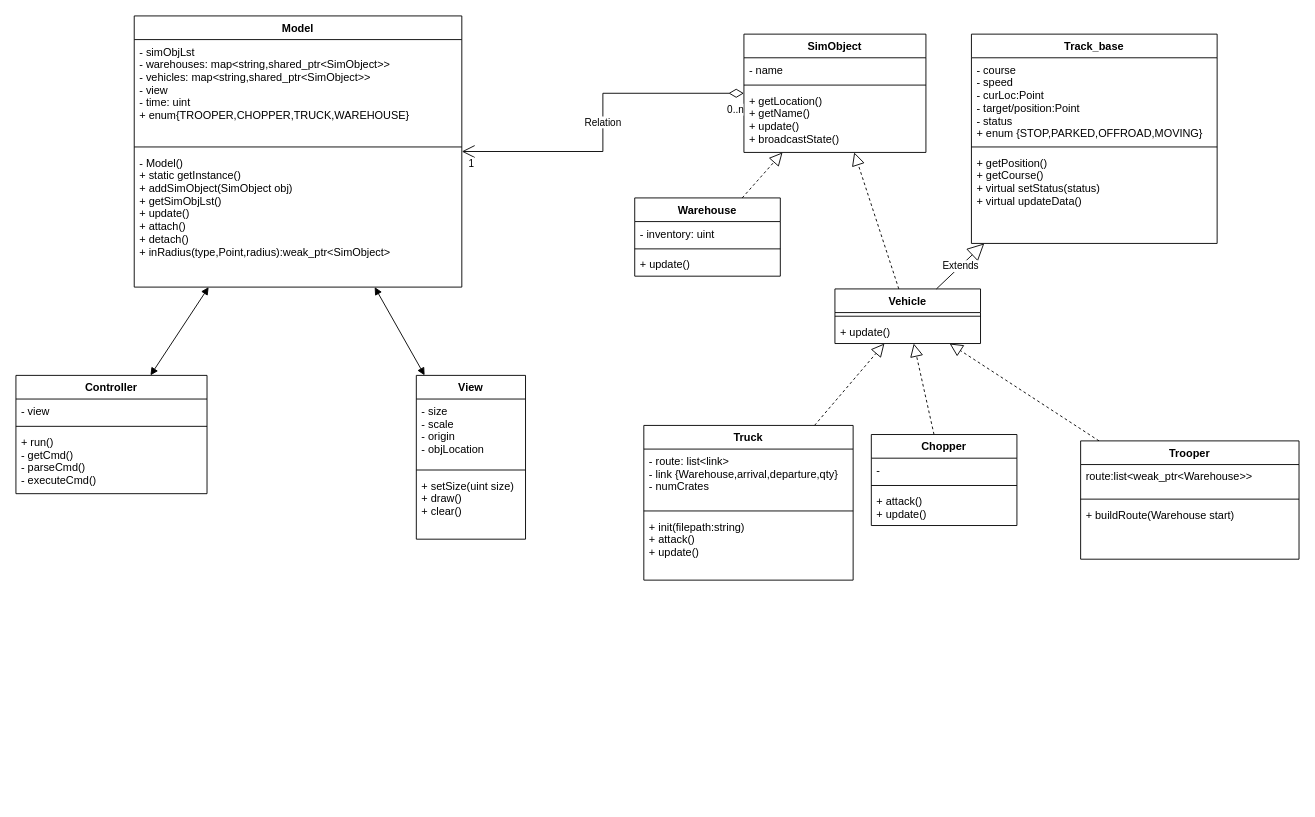
itai953/HW3 keeps this draw.io diagram as AdvancedCpp EX3.drawio. Above is the earlier version. Source tidied: cells renumbered, new cells numbered last; positions are measured from the earlier drawing's top-left corner, leaving out a move shared by most shapes. Both pictures are drawn from the tidied source at 91%, with x=0, y=0 at pixel (15, 15).
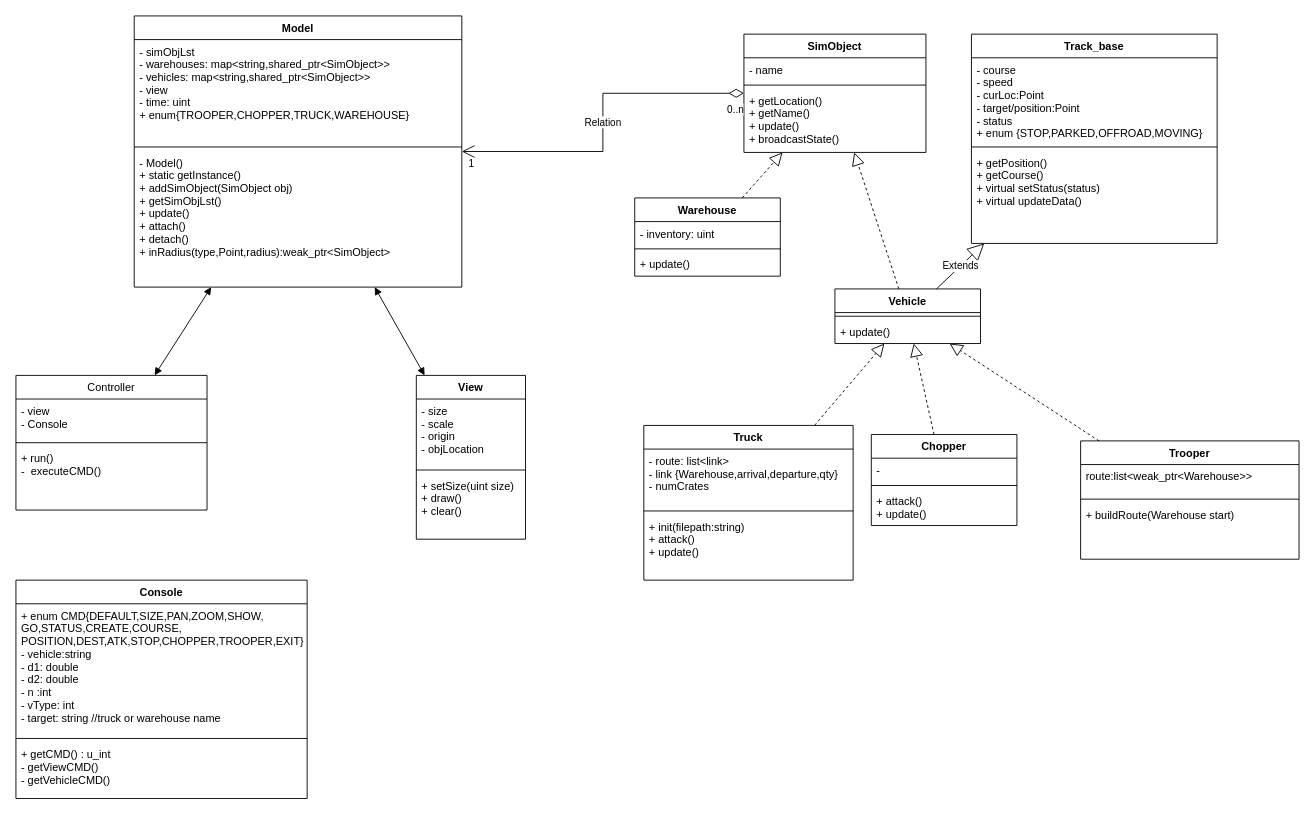
The same diagram, later.

Diff of the diagram source:
```diff
@@
-    <mxCell id="7" value="Controller" style="swimlane;fontStyle=1;align=center;verticalAlign=top;horizontal=1;startSize=26;" parent="1" vertex="1">
-      <mxGeometry y="395" width="210" height="130" as="geometry" />
+    <mxCell id="7" value="Controller" style="swimlane;fontStyle=0;align=center;verticalAlign=top;horizontal=1;startSize=26;" parent="1" vertex="1">
+      <mxGeometry y="395" width="210" height="148" as="geometry" />
     </mxCell>
-    <mxCell id="8" value="- view" style="text;strokeColor=none;fillColor=none;align=left;verticalAlign=top;spacingLeft=4;spacingRight=4;overflow=hidden;" parent="7" vertex="1">
-      <mxGeometry y="26" width="210" height="26" as="geometry" />
+    <mxCell id="8" value="- view&#10;- Console" style="text;strokeColor=none;fillColor=none;align=left;verticalAlign=top;spacingLeft=4;spacingRight=4;overflow=hidden;" parent="7" vertex="1">
+      <mxGeometry y="26" width="210" height="44" as="geometry" />
     </mxCell>
     <mxCell id="9" style="line;strokeWidth=1;fillColor=none;align=left;verticalAlign=middle;spacingTop=-1;spacingLeft=3;spacingRight=3;labelPosition=right;" parent="7" vertex="1">
-      <mxGeometry y="52" width="210" height="8" as="geometry" />
+      <mxGeometry y="70" width="210" height="8" as="geometry" />
     </mxCell>
-    <mxCell id="10" value="+ run()&#10;- getCmd()&#10;- parseCmd()&#10;- executeCmd()" style="text;strokeColor=none;fillColor=none;align=left;verticalAlign=top;spacingLeft=4;spacingRight=4;overflow=hidden;" parent="7" vertex="1">
-      <mxGeometry y="60" width="210" height="70" as="geometry" />
+    <mxCell id="10" value="+ run()&#10;-  executeCMD()" style="text;strokeColor=none;fillColor=none;align=left;verticalAlign=top;spacingLeft=4;spacingRight=4;overflow=hidden;" parent="7" vertex="1">
+      <mxGeometry y="78" width="210" height="70" as="geometry" />
     </mxCell>
@@
+    <mxCell id="52" value="Console" style="swimlane;fontStyle=1;align=center;verticalAlign=top;horizontal=1;startSize=26;" parent="1" vertex="1">
+      <mxGeometry y="620" width="320" height="240" as="geometry" />
+    </mxCell>
+    <mxCell id="53" value="+ enum CMD{DEFAULT,SIZE,PAN,ZOOM,SHOW,&#10;GO,STATUS,CREATE,COURSE,&#10;POSITION,DEST,ATK,STOP,CHOPPER,TROOPER,EXIT}&#10;- vehicle:string&#10;- d1: double&#10;- d2: double&#10;- n :int&#10;- vType: int&#10;- target: string //truck or warehouse name" style="text;strokeColor=none;fillColor=none;align=left;verticalAlign=top;spacingLeft=4;spacingRight=4;overflow=hidden;" parent="52" vertex="1">
+      <mxGeometry y="26" width="320" height="144" as="geometry" />
+    </mxCell>
+    <mxCell id="54" style="line;strokeWidth=1;fillColor=none;align=left;verticalAlign=middle;spacingTop=-1;spacingLeft=3;spacingRight=3;labelPosition=right;" parent="52" vertex="1">
+      <mxGeometry y="170" width="320" height="8" as="geometry" />
+    </mxCell>
+    <mxCell id="55" value="+ getCMD() : u_int&#10;- getViewCMD()&#10;- getVehicleCMD()" style="text;strokeColor=none;fillColor=none;align=left;verticalAlign=top;spacingLeft=4;spacingRight=4;overflow=hidden;" parent="52" vertex="1">
+      <mxGeometry y="178" width="320" height="62" as="geometry" />
+    </mxCell>
```
